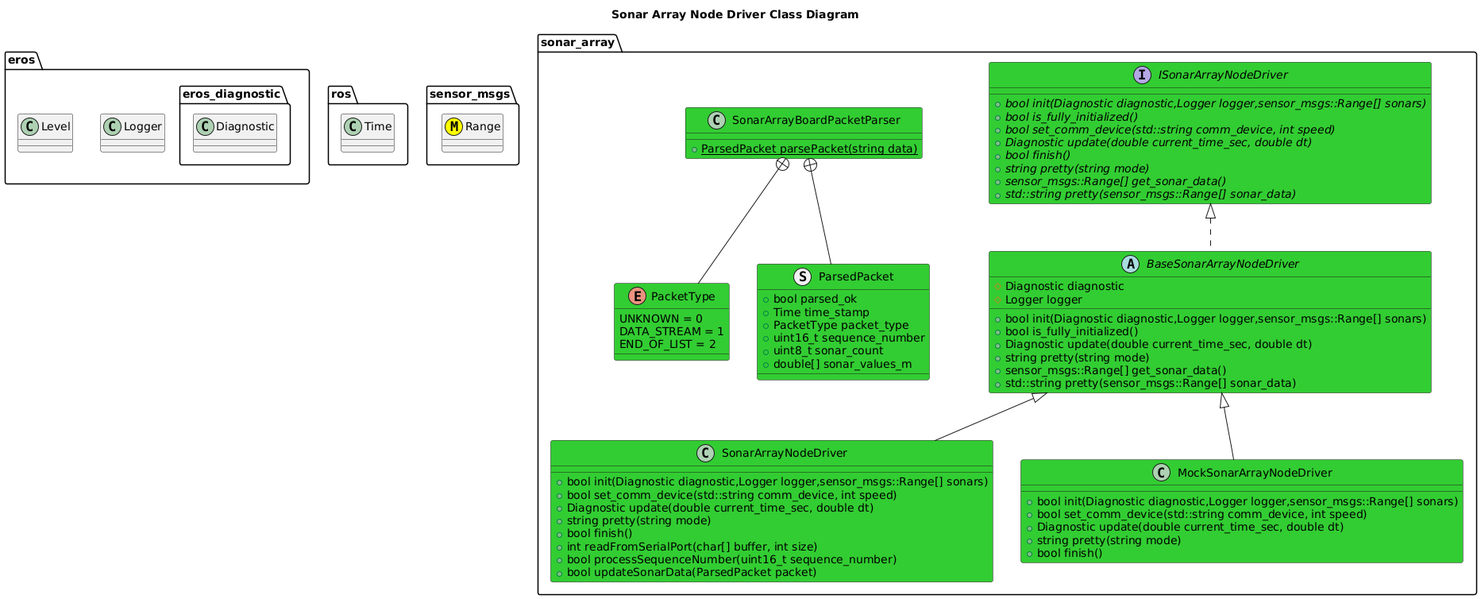
Before: nodes/SonarArrayDriverNode/driver/doc/output/SonarArrayNodeDriverClassDiagram.png, a diagram exported from PlantUML (fastrobotics/sonar_array). Source of this version:
```plantuml
@startuml
title Sonar Array Node Driver Class Diagram
package eros {
    class Logger
    class Level
    namespace eros_diagnostic {
        class Diagnostic
    }
}
package ros {
    class Time
}
package sensor_msgs {
    class Range <<(M,#FFFF00)>>
}
namespace sonar_array {
    interface ISonarArrayNodeDriver #LimeGreen {
        +{abstract} bool init(Diagnostic diagnostic,Logger logger,sensor_msgs::Range[] sonars)
        +{abstract} bool is_fully_initialized()
        +{abstract} bool set_comm_device(std::string comm_device, int speed)
        +{abstract} Diagnostic update(double current_time_sec, double dt)
        +{abstract} bool finish()
        +{abstract} string pretty(string mode)
        +{abstract} sensor_msgs::Range[] get_sonar_data()
        +{abstract} std::string pretty(sensor_msgs::Range[] sonar_data)
    }
    abstract BaseSonarArrayNodeDriver #LimeGreen {
        +bool init(Diagnostic diagnostic,Logger logger,sensor_msgs::Range[] sonars)
        +bool is_fully_initialized()
        +Diagnostic update(double current_time_sec, double dt)
        +string pretty(string mode)
        +sensor_msgs::Range[] get_sonar_data()
        +std::string pretty(sensor_msgs::Range[] sonar_data)
        #Diagnostic diagnostic
        #Logger logger

    }
    ISonarArrayNodeDriver <|.. BaseSonarArrayNodeDriver
    class SonarArrayNodeDriver #LimeGreen {
        +bool init(Diagnostic diagnostic,Logger logger,sensor_msgs::Range[] sonars)
        +bool set_comm_device(std::string comm_device, int speed)
        +Diagnostic update(double current_time_sec, double dt)
        +string pretty(string mode)
        +bool finish()
        +int readFromSerialPort(char[] buffer, int size)
        +bool processSequenceNumber(uint16_t sequence_number)
        +bool updateSonarData(ParsedPacket packet)
    }
    BaseSonarArrayNodeDriver <|-- SonarArrayNodeDriver
    class MockSonarArrayNodeDriver #LimeGreen {
        +bool init(Diagnostic diagnostic,Logger logger,sensor_msgs::Range[] sonars)
        +bool set_comm_device(std::string comm_device, int speed)
        +Diagnostic update(double current_time_sec, double dt)
        +string pretty(string mode)
        +bool finish()
    }
    BaseSonarArrayNodeDriver <|-- MockSonarArrayNodeDriver

    enum PacketType #LimeGreen {
        UNKNOWN = 0
        DATA_STREAM = 1
        END_OF_LIST = 2
    }
    struct ParsedPacket #LimeGreen {
        +bool parsed_ok
        +Time time_stamp
        +PacketType packet_type
        +uint16_t sequence_number
        +uint8_t sonar_count
        +double[] sonar_values_m
    }
    SonarArrayBoardPacketParser +-- ParsedPacket
    SonarArrayBoardPacketParser +-- PacketType
    class SonarArrayBoardPacketParser #LimeGreen {
        +{static} ParsedPacket parsePacket(string data)
    }

}
@enduml
```
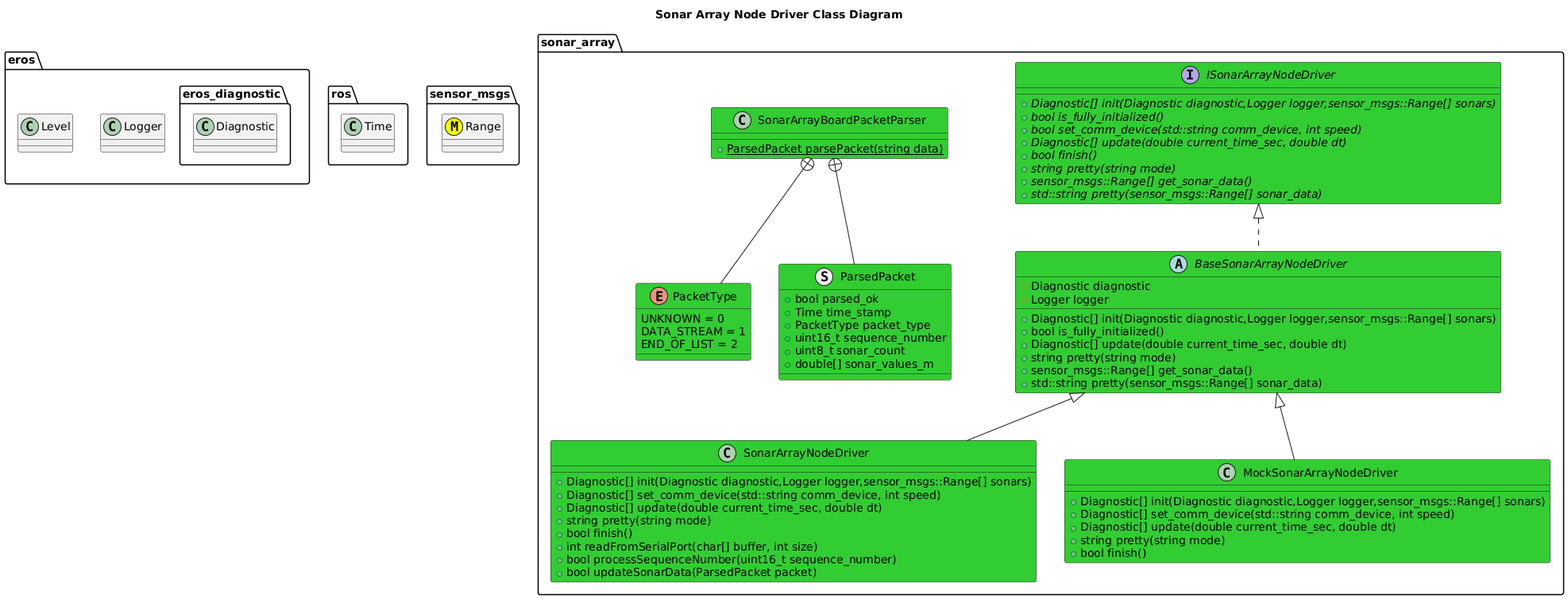
The same file after the commit.

What changed in the source:
```diff
@@ -15,19 +15,19 @@
 }
 namespace sonar_array {
     interface ISonarArrayNodeDriver #LimeGreen {
-        +{abstract} bool init(Diagnostic diagnostic,Logger logger,sensor_msgs::Range[] sonars)
+        +{abstract} Diagnostic[] init(Diagnostic diagnostic,Logger logger,sensor_msgs::Range[] sonars)
         +{abstract} bool is_fully_initialized()
         +{abstract} bool set_comm_device(std::string comm_device, int speed)
-        +{abstract} Diagnostic update(double current_time_sec, double dt)
+        +{abstract} Diagnostic[] update(double current_time_sec, double dt)
         +{abstract} bool finish()
         +{abstract} string pretty(string mode)
         +{abstract} sensor_msgs::Range[] get_sonar_data()
         +{abstract} std::string pretty(sensor_msgs::Range[] sonar_data)
     }
     abstract BaseSonarArrayNodeDriver #LimeGreen {
-        +bool init(Diagnostic diagnostic,Logger logger,sensor_msgs::Range[] sonars)
+        +Diagnostic[] init(Diagnostic diagnostic,Logger logger,sensor_msgs::Range[] sonars)
         +bool is_fully_initialized()
-        +Diagnostic update(double current_time_sec, double dt)
+        +Diagnostic[] update(double current_time_sec, double dt)
         +string pretty(string mode)
         +sensor_msgs::Range[] get_sonar_data()
         +std::string pretty(sensor_msgs::Range[] sonar_data)
@@ -37,9 +37,9 @@
     }
     ISonarArrayNodeDriver <|.. BaseSonarArrayNodeDriver
     class SonarArrayNodeDriver #LimeGreen {
-        +bool init(Diagnostic diagnostic,Logger logger,sensor_msgs::Range[] sonars)
-        +bool set_comm_device(std::string comm_device, int speed)
-        +Diagnostic update(double current_time_sec, double dt)
+        +Diagnostic[] init(Diagnostic diagnostic,Logger logger,sensor_msgs::Range[] sonars)
+        +Diagnostic[] set_comm_device(std::string comm_device, int speed)
+        +Diagnostic[] update(double current_time_sec, double dt)
         +string pretty(string mode)
         +bool finish()
         +int readFromSerialPort(char[] buffer, int size)
@@ -48,9 +48,9 @@
     }
     BaseSonarArrayNodeDriver <|-- SonarArrayNodeDriver
     class MockSonarArrayNodeDriver #LimeGreen {
-        +bool init(Diagnostic diagnostic,Logger logger,sensor_msgs::Range[] sonars)
-        +bool set_comm_device(std::string comm_device, int speed)
-        +Diagnostic update(double current_time_sec, double dt)
+        +Diagnostic[] init(Diagnostic diagnostic,Logger logger,sensor_msgs::Range[] sonars)
+        +Diagnostic[] set_comm_device(std::string comm_device, int speed)
+        +Diagnostic[] update(double current_time_sec, double dt)
         +string pretty(string mode)
         +bool finish()
     }
```
